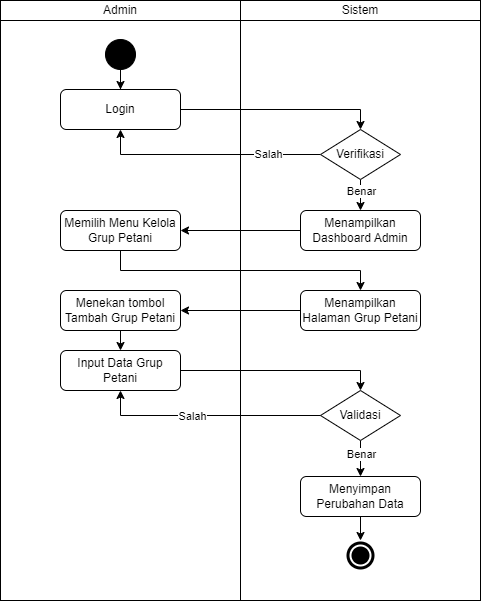
Before: docs/activity-diagram/farmers/farmer-groups/create-farmer-group.drawio.png, a diagram exported from draw.io (mitra-agro-usaha-perkebunan/maup-app-docs). Source tidied: cells renumbered, new cells last; positions are measured from the earlier drawing's top-left corner, leaving out a move shared by most shapes.
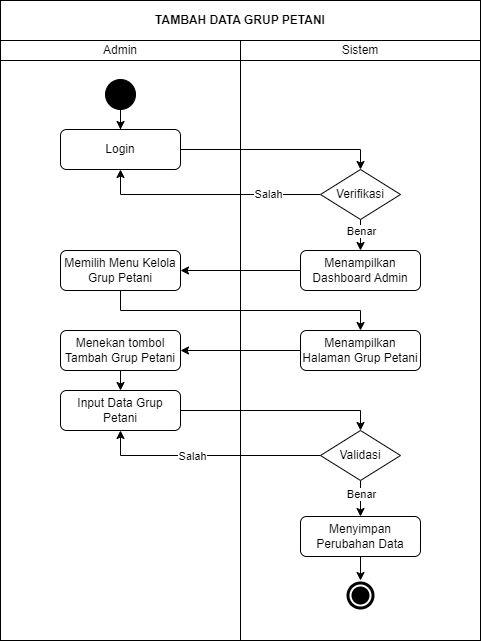
Above is the later version.

The edit, as a diff of the source:
```diff
@@ -117,5 +117,8 @@
         <mxPoint y="-2" as="offset" />
       </mxGeometry>
     </mxCell>
+    <mxCell id="33" value="&lt;b&gt;TAMBAH DATA GRUP PETANI&lt;/b&gt;" style="rounded=0;whiteSpace=wrap;html=1;" parent="1" vertex="1">
+      <mxGeometry y="-40" width="480" height="40" as="geometry" />
+    </mxCell>
   </root>
 </mxGraphModel>
```
